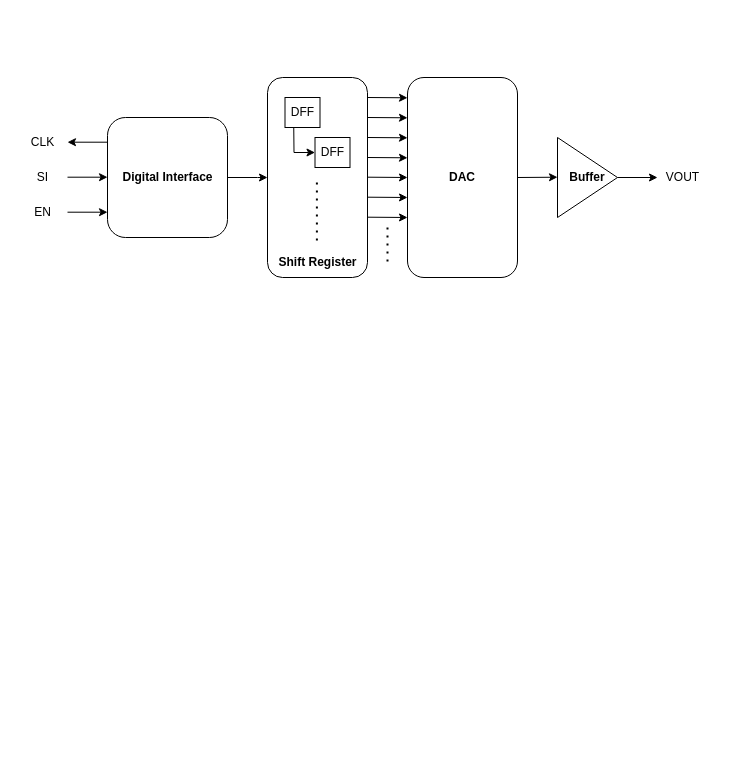
This is full-custom.drawio from limited-fion/drawio, a draw.io file, before an edit. Source tidied: cells renumbered, new cells numbered last; positions are measured from the earlier drawing's top-left corner, leaving out a move shared by most shapes. Both pictures are drawn from the tidied source at 100%, with x=0, y=0 at pixel (17, 77). Pictures stored in the file or linked from it are replaced by grey dashed boxes.
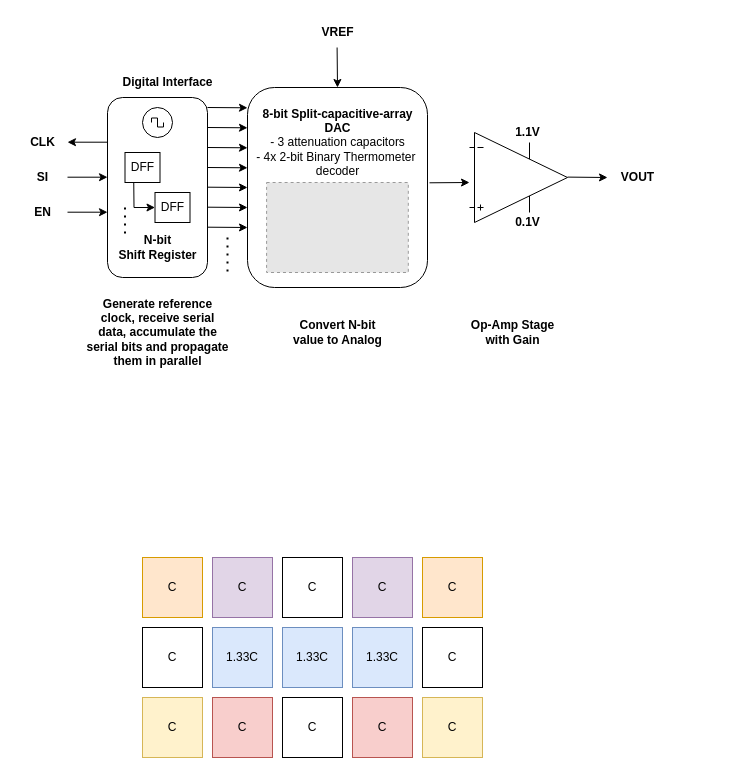
The same diagram, later.

What changed in the source:
```diff
@@
     <mxCell id="2" style="rounded=1;whiteSpace=wrap;html=1;" parent="1" vertex="1">
-      <mxGeometry x="90" y="40" width="120" height="120" as="geometry" />
+      <mxGeometry x="90" y="20" width="100" height="180" as="geometry" />
     </mxCell>
-    <mxCell id="3" style="edgeStyle=orthogonalEdgeStyle;rounded=0;jettySize=auto;html=1;" parent="1" edge="1" target="11">
-      <mxGeometry relative="1" as="geometry">
-        <mxPoint x="210" y="100" as="sourcePoint" />
-        <Array as="points">
-          <mxPoint x="240" y="100" />
-          <mxPoint x="240" y="100" />
-        </Array>
-      </mxGeometry>
-    </mxCell>
     <mxCell id="4" value="Digital Interface" style="text;html=1;align=center;verticalAlign=middle;strokeColor=none;fillColor=none;fontStyle=1;" parent="1" vertex="1">
-      <mxGeometry x="95" y="85" width="110" height="30" as="geometry" />
+      <mxGeometry x="95" y="-10" width="110" height="30" as="geometry" />
     </mxCell>
@@
-    <mxCell id="6" value="CLK" style="text;html=1;align=center;verticalAlign=middle;strokeColor=none;fillColor=none;" parent="1" vertex="1">
+    <mxCell id="6" value="CLK" style="text;html=1;align=center;verticalAlign=middle;strokeColor=none;fillColor=none;fontStyle=1;" parent="1" vertex="1">
       <mxGeometry y="50" width="50" height="30" as="geometry" />
     </mxCell>
@@
-    <mxCell id="8" value="SI" style="text;html=1;align=center;verticalAlign=middle;strokeColor=none;fillColor=none;" parent="1" vertex="1">
+    <mxCell id="8" value="SI" style="text;html=1;align=center;verticalAlign=middle;strokeColor=none;fillColor=none;fontStyle=1;" parent="1" vertex="1">
       <mxGeometry x="10" y="85" width="30" height="30" as="geometry" />
     </mxCell>
@@
-    <mxCell id="10" value="EN" style="text;html=1;align=center;verticalAlign=middle;strokeColor=none;fillColor=none;" parent="1" vertex="1">
+    <mxCell id="10" value="EN" style="text;html=1;align=center;verticalAlign=middle;strokeColor=none;fillColor=none;fontStyle=1;" parent="1" vertex="1">
       <mxGeometry x="5" y="120" width="40" height="30" as="geometry" />
     </mxCell>
-    <mxCell id="11" style="rounded=1;whiteSpace=wrap;html=1;" parent="1" vertex="1">
-      <mxGeometry x="250" width="100" height="200" as="geometry" />
-    </mxCell>
-    <mxCell id="12" value="Shift Register" style="text;html=1;align=center;verticalAlign=middle;strokeColor=none;fillColor=none;fontStyle=1;" parent="1" vertex="1">
-      <mxGeometry x="250" y="170" width="100" height="30" as="geometry" />
+    <mxCell id="12" value="N-bit&lt;br&gt;Shift Register" style="text;html=1;align=center;verticalAlign=middle;strokeColor=none;fillColor=none;fontStyle=1;" parent="1" vertex="1">
+      <mxGeometry x="90" y="150" width="100" height="40" as="geometry" />
     </mxCell>
     <mxCell id="13" value="DFF" style="rounded=0;whiteSpace=wrap;html=1;" parent="1" vertex="1">
-      <mxGeometry x="267.5" y="20" width="35" height="30" as="geometry" />
+      <mxGeometry x="107.5" y="75" width="35" height="30" as="geometry" />
     </mxCell>
     <mxCell id="14" value="DFF" style="rounded=0;whiteSpace=wrap;html=1;" parent="1" vertex="1">
-      <mxGeometry x="297.5" y="60" width="35" height="30" as="geometry" />
+      <mxGeometry x="137.5" y="115" width="35" height="30" as="geometry" />
     </mxCell>
     <mxCell id="15" style="endArrow=classic;html=1;rounded=0;entryX=0;entryY=0.5;entryDx=0;entryDy=0;exitX=0.25;exitY=1;exitDx=0;exitDy=0;" parent="1" edge="1" source="13" target="14">
       <mxGeometry relative="1" as="geometry">
         <Array as="points">
-          <mxPoint x="276.5" y="75" />
+          <mxPoint x="116.5" y="130" />
         </Array>
       </mxGeometry>
     </mxCell>
-    <mxCell id="16" style="endArrow=none;dashed=1;html=1;dashPattern=1 3;strokeWidth=2;rounded=0;entryX=0.5;entryY=0.708;entryDx=0;entryDy=0;entryPerimeter=0;" parent="1" edge="1">
+    <mxCell id="16" style="endArrow=none;dashed=1;html=1;dashPattern=1 3;strokeWidth=2;rounded=0;" parent="1" edge="1">
       <mxGeometry relative="1" as="geometry">
-        <mxPoint x="299.4" y="105" as="sourcePoint" />
-        <mxPoint x="299.4" y="165" as="targetPoint" />
+        <mxPoint x="107.5" y="130" as="sourcePoint" />
+        <mxPoint x="107.5" y="160" as="targetPoint" />
       </mxGeometry>
     </mxCell>
     <mxCell id="17" style="endArrow=classic;html=1;rounded=0;" parent="1" edge="1">
       <mxGeometry relative="1" as="geometry">
-        <mxPoint x="350" y="20" as="sourcePoint" />
-        <mxPoint x="390" y="20.3" as="targetPoint" />
+        <mxPoint x="190" y="30" as="sourcePoint" />
+        <mxPoint x="230" y="30.3" as="targetPoint" />
       </mxGeometry>
     </mxCell>
     <mxCell id="18" style="endArrow=classic;html=1;rounded=0;" parent="1" edge="1">
       <mxGeometry relative="1" as="geometry">
-        <mxPoint x="350" y="60" as="sourcePoint" />
-        <mxPoint x="390" y="60.3" as="targetPoint" />
+        <mxPoint x="190" y="70" as="sourcePoint" />
+        <mxPoint x="230" y="70.3" as="targetPoint" />
       </mxGeometry>
     </mxCell>
     <mxCell id="19" style="endArrow=classic;html=1;rounded=0;" parent="1" edge="1">
       <mxGeometry relative="1" as="geometry">
-        <mxPoint x="350" y="80" as="sourcePoint" />
-        <mxPoint x="390" y="80.3" as="targetPoint" />
+        <mxPoint x="190" y="90" as="sourcePoint" />
+        <mxPoint x="230" y="90.3" as="targetPoint" />
       </mxGeometry>
     </mxCell>
     <mxCell id="20" style="endArrow=classic;html=1;rounded=0;" parent="1" edge="1">
       <mxGeometry relative="1" as="geometry">
-        <mxPoint x="350" y="40" as="sourcePoint" />
-        <mxPoint x="390" y="40.3" as="targetPoint" />
+        <mxPoint x="190" y="50" as="sourcePoint" />
+        <mxPoint x="230" y="50.3" as="targetPoint" />
       </mxGeometry>
     </mxCell>
     <mxCell id="21" style="endArrow=classic;html=1;rounded=0;" parent="1" edge="1">
       <mxGeometry relative="1" as="geometry">
-        <mxPoint x="350" y="99.7" as="sourcePoint" />
-        <mxPoint x="390" y="100" as="targetPoint" />
+        <mxPoint x="190" y="109.7" as="sourcePoint" />
+        <mxPoint x="230" y="110" as="targetPoint" />
       </mxGeometry>
     </mxCell>
     <mxCell id="22" style="endArrow=classic;html=1;rounded=0;" parent="1" edge="1">
       <mxGeometry relative="1" as="geometry">
-        <mxPoint x="350" y="119.7" as="sourcePoint" />
-        <mxPoint x="390" y="120" as="targetPoint" />
+        <mxPoint x="190" y="129.7" as="sourcePoint" />
+        <mxPoint x="230" y="130" as="targetPoint" />
       </mxGeometry>
     </mxCell>
     <mxCell id="23" style="endArrow=classic;html=1;rounded=0;" parent="1" edge="1">
       <mxGeometry relative="1" as="geometry">
-        <mxPoint x="350" y="139.7" as="sourcePoint" />
-        <mxPoint x="390" y="140" as="targetPoint" />
+        <mxPoint x="190" y="149.7" as="sourcePoint" />
+        <mxPoint x="230" y="150" as="targetPoint" />
       </mxGeometry>
     </mxCell>
     <mxCell id="24" style="endArrow=none;dashed=1;html=1;dashPattern=1 3;strokeWidth=2;rounded=0;" parent="1" edge="1">
       <mxGeometry relative="1" as="geometry">
-        <mxPoint x="370" y="150" as="sourcePoint" />
-        <mxPoint x="370" y="190" as="targetPoint" />
+        <mxPoint x="210" y="160" as="sourcePoint" />
+        <mxPoint x="210" y="200" as="targetPoint" />
       </mxGeometry>
     </mxCell>
-    <mxCell id="25" value="&lt;b&gt;DAC&lt;/b&gt;" style="rounded=1;whiteSpace=wrap;html=1;" parent="1" vertex="1">
-      <mxGeometry x="390" width="110" height="200" as="geometry" />
+    <mxCell id="25" style="rounded=1;whiteSpace=wrap;html=1;" parent="1" vertex="1">
+      <mxGeometry x="230" y="10" width="180" height="200" as="geometry" />
     </mxCell>
     <mxCell id="26" style="edgeStyle=orthogonalEdgeStyle;rounded=0;orthogonalLoop=1;jettySize=auto;html=1;" parent="1" edge="1">
       <mxGeometry relative="1" as="geometry">
-        <mxPoint x="500" y="100" as="sourcePoint" />
-        <mxPoint x="540" y="99.7" as="targetPoint" />
+        <mxPoint x="412" y="105.3" as="sourcePoint" />
+        <mxPoint x="452" y="105" as="targetPoint" />
         <Array as="points">
-          <mxPoint x="500" y="99.7" />
-          <mxPoint x="500" y="99.7" />
+          <mxPoint x="412" y="105" />
+          <mxPoint x="412" y="105" />
         </Array>
       </mxGeometry>
     </mxCell>
-    <mxCell id="27" value="VOUT" style="text;html=1;align=center;verticalAlign=middle;strokeColor=none;fillColor=none;" parent="1" vertex="1">
-      <mxGeometry x="635" y="85" width="60" height="30" as="geometry" />
+    <mxCell id="27" value="VOUT" style="text;html=1;align=center;verticalAlign=middle;strokeColor=none;fillColor=none;fontStyle=1;" parent="1" vertex="1">
+      <mxGeometry x="590" y="85" width="60" height="30" as="geometry" />
     </mxCell>
-    <mxCell id="28" value="&lt;b&gt;Buffer&lt;/b&gt;" style="triangle;whiteSpace=wrap;html=1;" parent="1" vertex="1">
-      <mxGeometry x="540" y="60" width="60" height="80" as="geometry" />
-    </mxCell>
     <mxCell id="29" style="endArrow=classic;html=1;rounded=0;" parent="1" edge="1">
       <mxGeometry relative="1" as="geometry">
-        <mxPoint x="600" y="100" as="sourcePoint" />
-        <mxPoint x="640" y="100" as="targetPoint" />
+        <mxPoint x="550" y="99.6" as="sourcePoint" />
+        <mxPoint x="590" y="100" as="targetPoint" />
       </mxGeometry>
     </mxCell>
+    <mxCell id="30" value="Op-Amp Stage&lt;br&gt;with Gain" style="text;html=1;align=center;verticalAlign=middle;strokeColor=none;fillColor=none;fontStyle=1;" parent="1" vertex="1">
+      <mxGeometry x="440" y="235" width="110" height="40" as="geometry" />
+    </mxCell>
+    <mxCell id="31" value="Convert N-bit &lt;br&gt;value to Analog" style="text;html=1;align=center;verticalAlign=middle;strokeColor=none;fillColor=none;fontStyle=1;" parent="1" vertex="1">
+      <mxGeometry x="265" y="235" width="110" height="40" as="geometry" />
+    </mxCell>
+    <mxCell id="32" value="Generate reference&lt;br&gt;clock, receive serial&lt;br&gt;data, accumulate the &lt;br&gt;serial bits and propagate&lt;br style=&quot;border-color: var(--border-color);&quot;&gt;them in parallel" style="text;html=1;align=center;verticalAlign=middle;strokeColor=none;fillColor=none;fontStyle=1;" parent="1" vertex="1">
+      <mxGeometry x="55" y="210" width="170" height="90" as="geometry" />
+    </mxCell>
+    <mxCell id="33" style="verticalLabelPosition=bottom;shadow=0;dashed=0;align=center;html=1;verticalAlign=top;shape=mxgraph.electrical.signal_sources.source;elSignalType=square;" parent="1" vertex="1">
+      <mxGeometry x="125" y="30" width="30" height="30" as="geometry" />
+    </mxCell>
+    <mxCell id="34" value="&lt;b style=&quot;border-color: var(--border-color);&quot;&gt;8-bit Split-capacitive-array&lt;br&gt;DAC&lt;/b&gt;&lt;br style=&quot;border-color: var(--border-color);&quot;&gt;&lt;div style=&quot;border-color: var(--border-color);&quot;&gt;- 3 attenuation capacitors&lt;/div&gt;&lt;div style=&quot;border-color: var(--border-color);&quot;&gt;&lt;span style=&quot;background-color: initial;&quot;&gt;- 4x 2-bit Binary Thermometer&amp;nbsp;&lt;/span&gt;&lt;br&gt;&lt;/div&gt;&lt;div style=&quot;border-color: var(--border-color);&quot;&gt;&lt;span style=&quot;border-color: var(--border-color); background-color: initial;&quot;&gt;decoder&lt;/span&gt;&lt;/div&gt;" style="text;html=1;align=center;verticalAlign=middle;strokeColor=none;fillColor=none;" parent="1" vertex="1">
+      <mxGeometry x="225" y="20" width="190" height="90" as="geometry" />
+    </mxCell>
+    <mxCell id="35" value="VREF" style="text;html=1;align=center;verticalAlign=middle;strokeColor=none;fillColor=none;fontStyle=1;" parent="1" vertex="1">
+      <mxGeometry x="290" y="-60" width="60" height="30" as="geometry" />
+    </mxCell>
+    <mxCell id="36" style="endArrow=classic;html=1;rounded=0;exitX=0;exitY=0.25;exitDx=0;exitDy=0;entryX=0.5;entryY=0;entryDx=0;entryDy=0;" parent="1" edge="1" target="25">
+      <mxGeometry relative="1" as="geometry">
+        <mxPoint x="319.6" y="-30" as="sourcePoint" />
+      </mxGeometry>
+    </mxCell>
+    <mxCell id="37" style="verticalLabelPosition=bottom;shadow=0;dashed=0;align=center;html=1;verticalAlign=top;shape=mxgraph.electrical.abstract.operational_amp_1;" parent="1" vertex="1">
+      <mxGeometry x="452" y="55" width="98" height="90" as="geometry" />
+    </mxCell>
+    <mxCell id="38" value="1.1V" style="text;html=1;align=center;verticalAlign=middle;strokeColor=none;fillColor=none;fontStyle=1;" parent="1" vertex="1">
+      <mxGeometry x="485" y="40" width="50" height="30" as="geometry" />
+    </mxCell>
+    <mxCell id="39" value="0.1V" style="text;html=1;align=center;verticalAlign=middle;strokeColor=none;fillColor=none;fontStyle=1;" parent="1" vertex="1">
+      <mxGeometry x="485" y="130" width="50" height="30" as="geometry" />
+    </mxCell>
+    <mxCell id="40" style="fillColor=#E6E6E6;strokeColor=#999999;dashed=1;verticalLabelPosition=bottom;labelBackgroundColor=default;verticalAlign=top;" parent="1" vertex="1">
+      <mxGeometry x="249.1" y="105" width="141.7" height="90" as="geometry" />
+    </mxCell>
+    <mxCell id="41" value="C" style="whiteSpace=wrap;html=1;" parent="1" vertex="1">
+      <mxGeometry x="265" y="620" width="60" height="60" as="geometry" />
+    </mxCell>
+    <mxCell id="42" value="C" style="whiteSpace=wrap;html=1;fillColor=#f8cecc;strokeColor=#b85450;" parent="1" vertex="1">
+      <mxGeometry x="335" y="620" width="60" height="60" as="geometry" />
+    </mxCell>
+    <mxCell id="43" value="C" style="whiteSpace=wrap;html=1;fillColor=#f8cecc;strokeColor=#b85450;" parent="1" vertex="1">
+      <mxGeometry x="195" y="620" width="60" height="60" as="geometry" />
+    </mxCell>
+    <mxCell id="44" value="C" style="whiteSpace=wrap;html=1;" parent="1" vertex="1">
+      <mxGeometry x="125" y="550" width="60" height="60" as="geometry" />
+    </mxCell>
+    <mxCell id="45" value="C" style="whiteSpace=wrap;html=1;fillColor=#fff2cc;strokeColor=#d6b656;" parent="1" vertex="1">
+      <mxGeometry x="125" y="620" width="60" height="60" as="geometry" />
+    </mxCell>
+    <mxCell id="46" value="C" style="whiteSpace=wrap;html=1;fillColor=#ffe6cc;strokeColor=#d79b00;" parent="1" vertex="1">
+      <mxGeometry x="125" y="480" width="60" height="60" as="geometry" />
+    </mxCell>
+    <mxCell id="47" value="C" style="whiteSpace=wrap;html=1;" parent="1" vertex="1">
+      <mxGeometry x="265" y="480" width="60" height="60" as="geometry" />
+    </mxCell>
+    <mxCell id="48" value="C" style="whiteSpace=wrap;html=1;fillColor=#e1d5e7;strokeColor=#9673a6;" parent="1" vertex="1">
+      <mxGeometry x="335" y="480" width="60" height="60" as="geometry" />
+    </mxCell>
+    <mxCell id="49" value="C" style="whiteSpace=wrap;html=1;fillColor=#e1d5e7;strokeColor=#9673a6;" parent="1" vertex="1">
+      <mxGeometry x="195" y="480" width="60" height="60" as="geometry" />
+    </mxCell>
+    <mxCell id="50" value="C" style="whiteSpace=wrap;html=1;" parent="1" vertex="1">
+      <mxGeometry x="405" y="550" width="60" height="60" as="geometry" />
+    </mxCell>
+    <mxCell id="51" value="C" style="whiteSpace=wrap;html=1;fillColor=#fff2cc;strokeColor=#d6b656;" parent="1" vertex="1">
+      <mxGeometry x="405" y="620" width="60" height="60" as="geometry" />
+    </mxCell>
+    <mxCell id="52" value="C" style="whiteSpace=wrap;html=1;fillColor=#ffe6cc;strokeColor=#d79b00;" parent="1" vertex="1">
+      <mxGeometry x="405" y="480" width="60" height="60" as="geometry" />
+    </mxCell>
+    <mxCell id="53" value="1.33C" style="whiteSpace=wrap;html=1;fillColor=#dae8fc;strokeColor=#6c8ebf;" parent="1" vertex="1">
+      <mxGeometry x="195" y="550" width="60" height="60" as="geometry" />
+    </mxCell>
+    <mxCell id="54" value="1.33C" style="whiteSpace=wrap;html=1;fillColor=#dae8fc;strokeColor=#6c8ebf;" parent="1" vertex="1">
+      <mxGeometry x="265" y="550" width="60" height="60" as="geometry" />
+    </mxCell>
+    <mxCell id="55" value="1.33C" style="whiteSpace=wrap;html=1;fillColor=#dae8fc;strokeColor=#6c8ebf;" parent="1" vertex="1">
+      <mxGeometry x="335" y="550" width="60" height="60" as="geometry" />
+    </mxCell>
```
